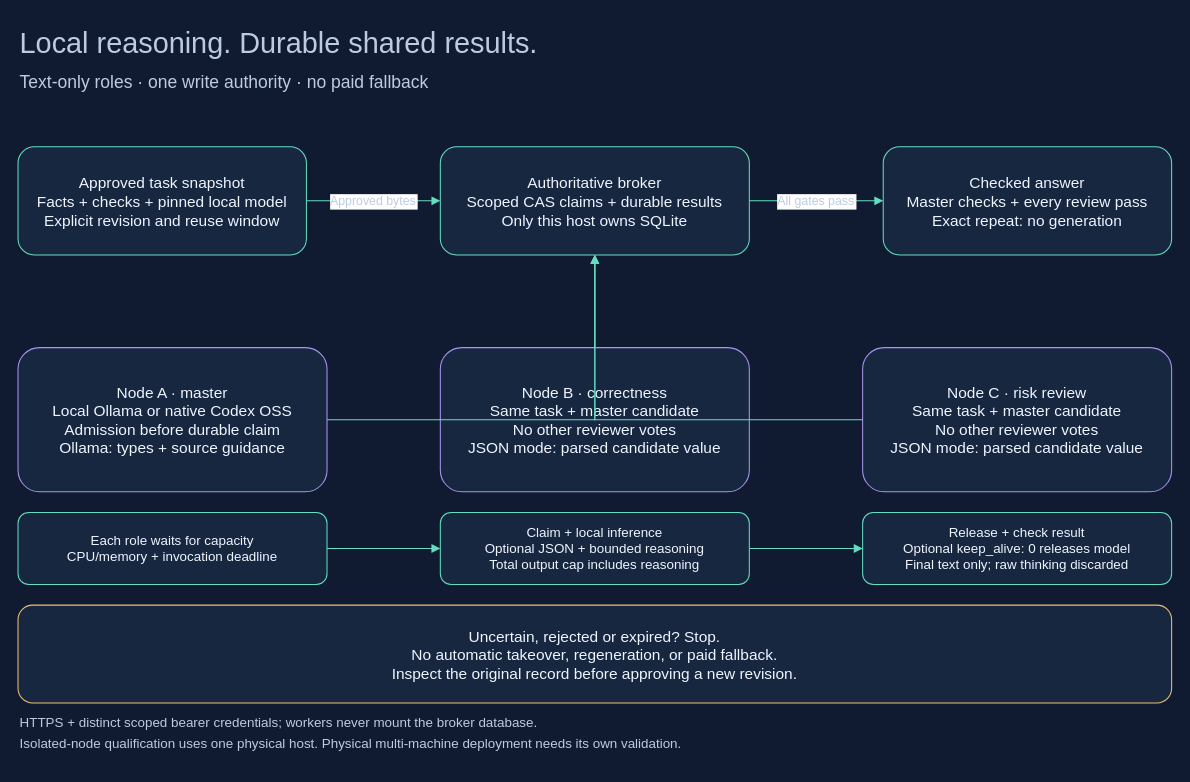
Earlier version of the draw.io diagram docs/diagrams/local-agent-teams.drawio (spfuzzylink/questlock). Source tidied: cells renumbered, new cells numbered last; positions are measured from the earlier drawing's top-left corner, leaving out a move shared by most shapes. Both pictures are drawn from the tidied source at 103%, with x=0, y=0 at pixel (18, 18).
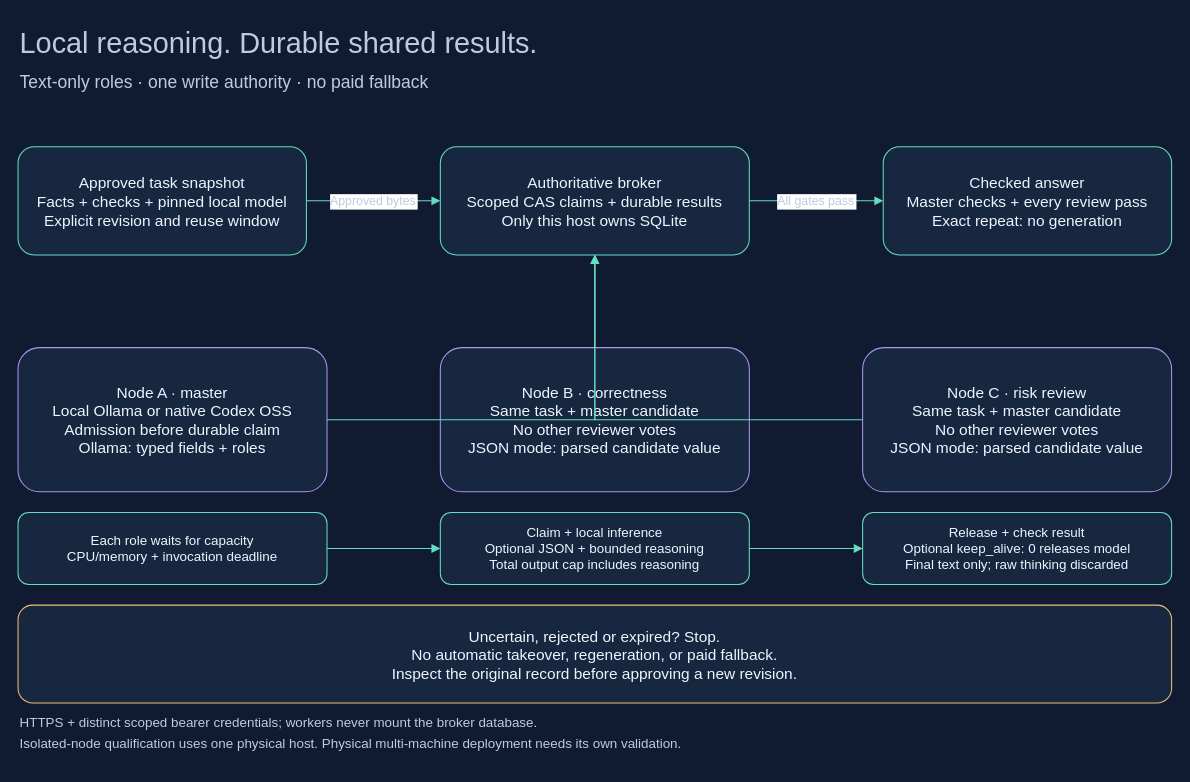
Above is the later version.

Commit message (it also covers changes not shown here):
Guide private local experiments and protect task data from publication

Diff of the diagram source:
```diff
@@
-    <mxCell id="5" value="Node A · master&#10;Local Ollama or native Codex OSS&#10;Admission before durable claim&#10;Ollama: types + source guidance" style="rounded=1;whiteSpace=wrap;html=0;fillColor=#172740;fontColor=#eff5ff;strokeColor=#ab95ef;fontSize=15;" parent="1" vertex="1">
+    <mxCell id="5" value="Node A · master&#10;Local Ollama or native Codex OSS&#10;Admission before durable claim&#10;Ollama: typed fields + roles" style="rounded=1;whiteSpace=wrap;html=0;fillColor=#172740;fontColor=#eff5ff;strokeColor=#ab95ef;fontSize=15;" parent="1" vertex="1">
       <mxGeometry y="320" width="300" height="140" as="geometry" />
     </mxCell>
```
